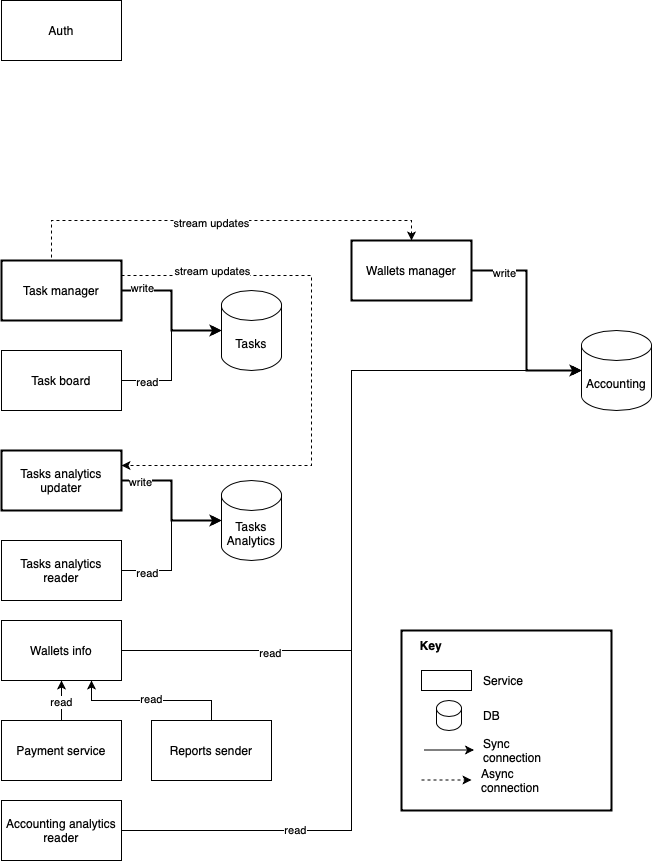
Before: docs/Services view.png, a diagram exported from draw.io (subatiq/tough-dev-arch). Source tidied: cells renumbered, new cells last; positions are measured from the earlier drawing's top-left corner, leaving out a move shared by most shapes.
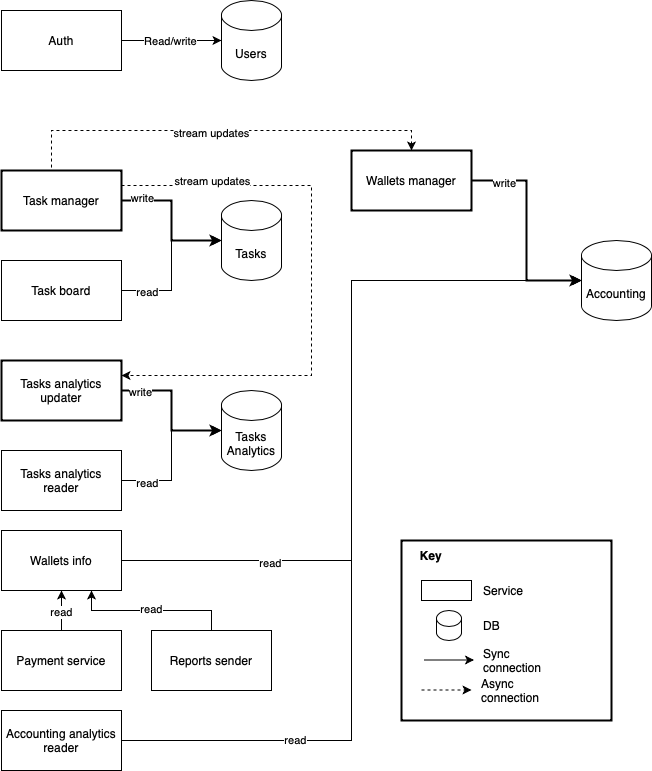
After the commit.

Commit message:
Update services view

Change to the diagram source:
```diff
@@ -2,8 +2,16 @@
   <root>
     <mxCell id="0" />
     <mxCell id="1" parent="0" />
+    <mxCell id="47" style="edgeStyle=orthogonalEdgeStyle;rounded=0;jettySize=auto;html=1;exitX=1;exitY=0.5;exitDx=0;exitDy=0;entryX=0;entryY=0.5;entryDx=0;entryDy=0;entryPerimeter=0;strokeWidth=1;" parent="1" edge="1" source="2" target="49">
+      <mxGeometry relative="1" as="geometry" />
+    </mxCell>
+    <mxCell id="48" value="Read/write" style="edgeLabel;html=1;align=center;verticalAlign=middle;" parent="47" vertex="1">
+      <mxGeometry x="0.17" y="1" relative="1" as="geometry">
+        <mxPoint x="-10" y="1" as="offset" />
+      </mxGeometry>
+    </mxCell>
     <mxCell id="2" value="Auth" style="rounded=0;whiteSpace=wrap;html=1;" parent="1" vertex="1">
-      <mxGeometry width="120" height="60" as="geometry" />
+      <mxGeometry y="100" width="120" height="60" as="geometry" />
     </mxCell>
     <mxCell id="3" style="edgeStyle=orthogonalEdgeStyle;rounded=0;jettySize=auto;html=1;exitX=1;exitY=0.5;exitDx=0;exitDy=0;entryX=0;entryY=0.5;entryDx=0;entryDy=0;entryPerimeter=0;strokeWidth=2;" parent="1" edge="1" source="9" target="19">
       <mxGeometry relative="1" as="geometry" />
@@ -158,5 +166,8 @@
     <mxCell id="46" value="Async connection" style="text;html=1;strokeColor=none;fillColor=none;align=left;verticalAlign=middle;whiteSpace=wrap;rounded=0;strokeWidth=1;" parent="1" vertex="1">
       <mxGeometry x="477.5" y="765" width="60" height="30" as="geometry" />
     </mxCell>
+    <mxCell id="49" value="Users" style="shape=cylinder3;whiteSpace=wrap;html=1;boundedLbl=1;backgroundOutline=1;size=15;" parent="1" vertex="1">
+      <mxGeometry x="220" y="90" width="60" height="80" as="geometry" />
+    </mxCell>
   </root>
 </mxGraphModel>
```
